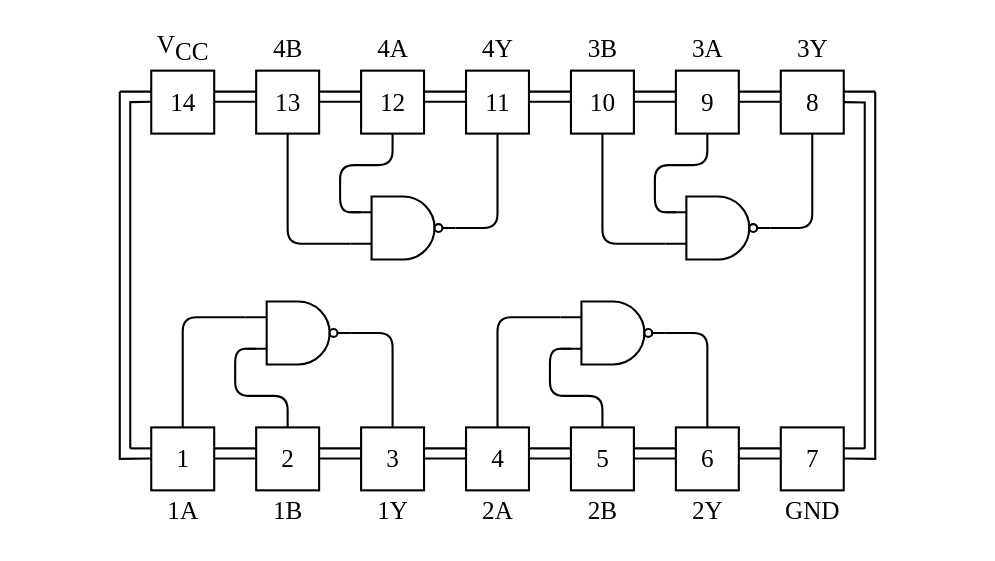
Shadient/Diagrams keeps this draw.io diagram as chip.drawio.svg. Above is the earlier version. Source tidied: cells renumbered, new cells last; positions are measured from the earlier drawing's top-left corner, leaving out a move shared by most shapes.
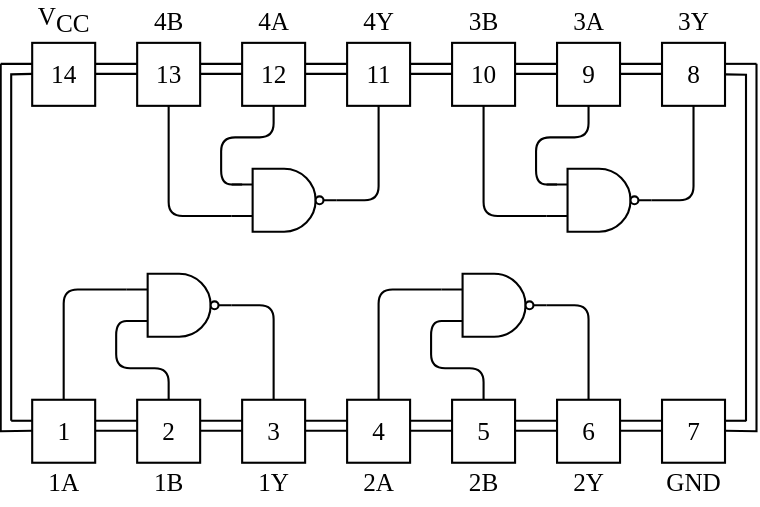
The same diagram one commit later.

Diff of the diagram source:
```diff
@@ -417,8 +417,5 @@
     <mxCell id="78" value="3Y" style="text;html=1;strokeColor=none;fillColor=none;align=center;verticalAlign=middle;whiteSpace=wrap;rounded=0;fontSize=18;fontFamily=Lucida Console;strokeWidth=1.5;" parent="2" vertex="1">
       <mxGeometry x="472.5" width="45" height="30" as="geometry" />
     </mxCell>
-    <mxCell id="79" style="rounded=0;whiteSpace=wrap;html=1;fillColor=none;strokeColor=none;" parent="1" vertex="1">
-      <mxGeometry width="710" height="400" as="geometry" />
-    </mxCell>
   </root>
 </mxGraphModel>
```
